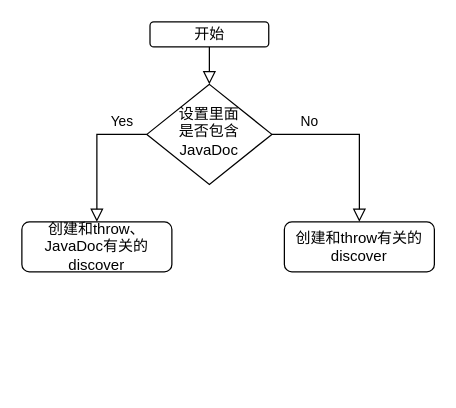
The draw.io diagram checkMate.drawio in suoyi123wang/draw.io, before the edit. Source tidied: cells renumbered, new cells numbered last; positions are measured from the earlier drawing's top-left corner, leaving out a move shared by most shapes. Both pictures are drawn from the tidied source at 125%, with x=0, y=0 at pixel (21, 21).
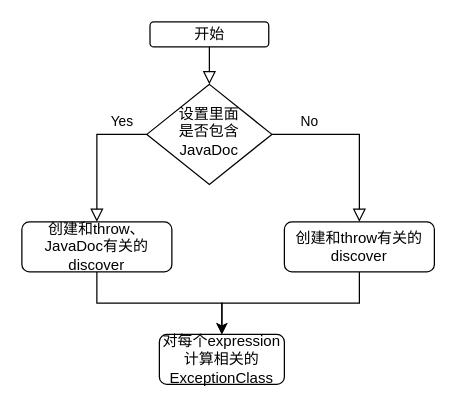
After the change.

The edit, as a diff of the source:
```diff
@@
 <mxGraphModel>
   <root>
     <mxCell id="0" />
     <mxCell id="1" parent="0" />
     <mxCell id="2" style="rounded=0;html=1;jettySize=auto;fontSize=11;endArrow=block;endFill=0;endSize=8;strokeWidth=1;shadow=0;labelBackgroundColor=none;edgeStyle=orthogonalEdgeStyle;" parent="1" edge="1" source="3" target="6">
       <mxGeometry relative="1" as="geometry" />
     </mxCell>
     <mxCell id="3" value="&lt;font face=&quot;helvetica&quot;&gt;开始&lt;/font&gt;" style="rounded=1;whiteSpace=wrap;html=1;fontSize=12;glass=0;strokeWidth=1;shadow=0;" parent="1" vertex="1">
       <mxGeometry x="102.5" width="95" height="20" as="geometry" />
     </mxCell>
     <mxCell id="4" value="Yes" style="rounded=0;html=1;jettySize=auto;fontSize=11;endArrow=block;endFill=0;endSize=8;strokeWidth=1;shadow=0;labelBackgroundColor=none;edgeStyle=orthogonalEdgeStyle;entryX=0.5;entryY=0;entryDx=0;entryDy=0;exitX=0;exitY=0.5;exitDx=0;exitDy=0;" parent="1" edge="1" source="6" target="8">
       <mxGeometry x="-0.64" y="-10" relative="1" as="geometry" />
     </mxCell>
     <mxCell id="5" value="No" style="edgeStyle=orthogonalEdgeStyle;rounded=0;html=1;jettySize=auto;fontSize=11;endArrow=block;endFill=0;endSize=8;strokeWidth=1;shadow=0;labelBackgroundColor=none;" parent="1" edge="1" source="6" target="7">
       <mxGeometry x="-0.57" y="10" relative="1" as="geometry" />
     </mxCell>
     <mxCell id="6" value="设置里面&lt;br&gt;是否包含&lt;br&gt;JavaDoc" style="rhombus;whiteSpace=wrap;html=1;shadow=0;fontFamily=Helvetica;fontSize=12;align=center;strokeWidth=1;spacing=6;spacingTop=-4;" parent="1" vertex="1">
       <mxGeometry x="100" y="50" width="100" height="80" as="geometry" />
     </mxCell>
+    <mxCell id="9" style="edgeStyle=orthogonalEdgeStyle;rounded=0;jettySize=auto;html=1;entryX=0.5;entryY=0;entryDx=0;entryDy=0;exitX=0.5;exitY=1;exitDx=0;exitDy=0;" parent="1" edge="1" source="7" target="11">
+      <mxGeometry relative="1" as="geometry" />
+    </mxCell>
     <mxCell id="7" value="创建和throw有关的discover" style="rounded=1;whiteSpace=wrap;html=1;fontSize=12;glass=0;strokeWidth=1;shadow=0;" parent="1" vertex="1">
       <mxGeometry x="210" y="160" width="120" height="40" as="geometry" />
     </mxCell>
+    <mxCell id="10" style="edgeStyle=orthogonalEdgeStyle;rounded=0;jettySize=auto;html=1;" parent="1" edge="1" source="8" target="11">
+      <mxGeometry relative="1" as="geometry" />
+    </mxCell>
     <mxCell id="8" value="创建和throw、JavaDoc有关的discover" style="rounded=1;whiteSpace=wrap;html=1;fontSize=12;glass=0;strokeWidth=1;shadow=0;" parent="1" vertex="1">
       <mxGeometry y="160" width="120" height="40" as="geometry" />
     </mxCell>
+    <mxCell id="11" value="对每个expression计算相关的ExceptionClass" style="rounded=1;whiteSpace=wrap;html=1;" parent="1" vertex="1">
+      <mxGeometry x="110" y="250" width="100" height="40" as="geometry" />
+    </mxCell>
   </root>
 </mxGraphModel>
```
